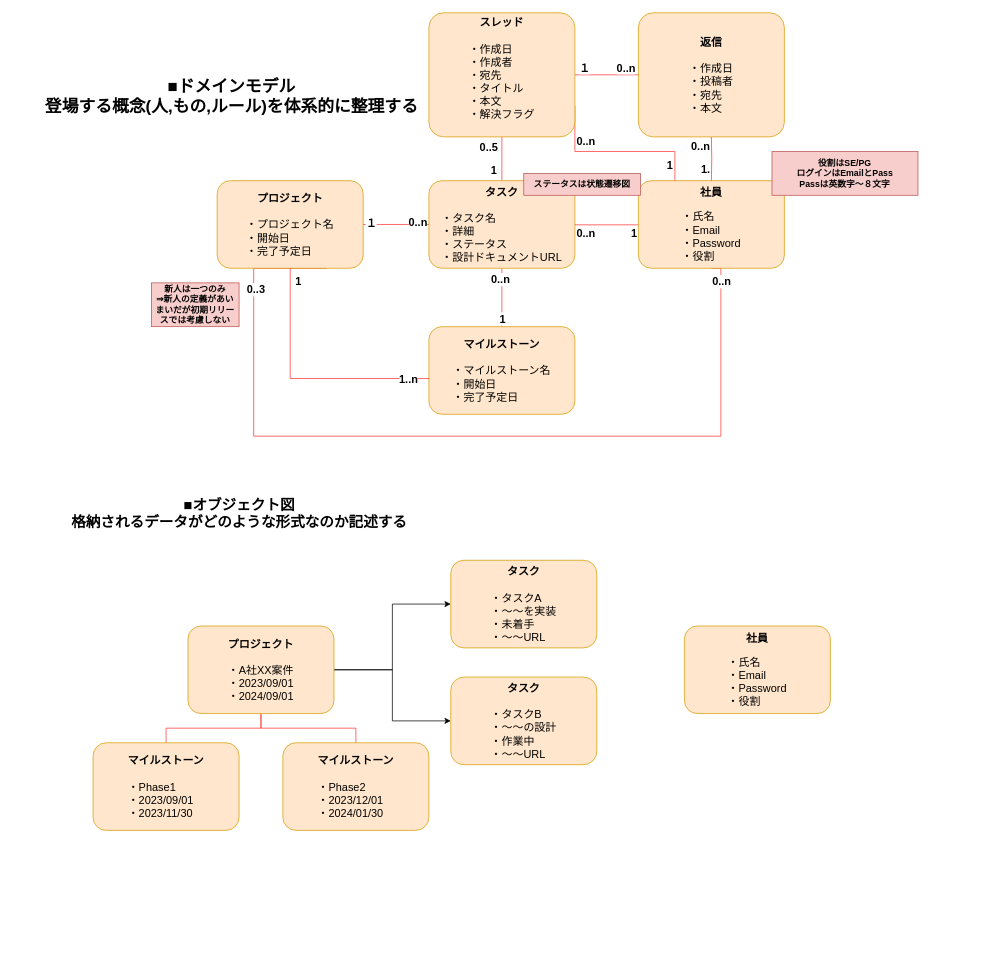
Before: page "ドメインモデル、オブジェクト図" (5 of 5) of 名称未設定ファイル.drawio in dqi4/git_practice, a draw.io diagram. Source tidied: cells renumbered, new cells numbered last; positions are measured from the earlier drawing's top-left corner, leaving out a move shared by most shapes. Both pictures are drawn from the tidied source at 73%, with x=0, y=0 at pixel (42, 12).
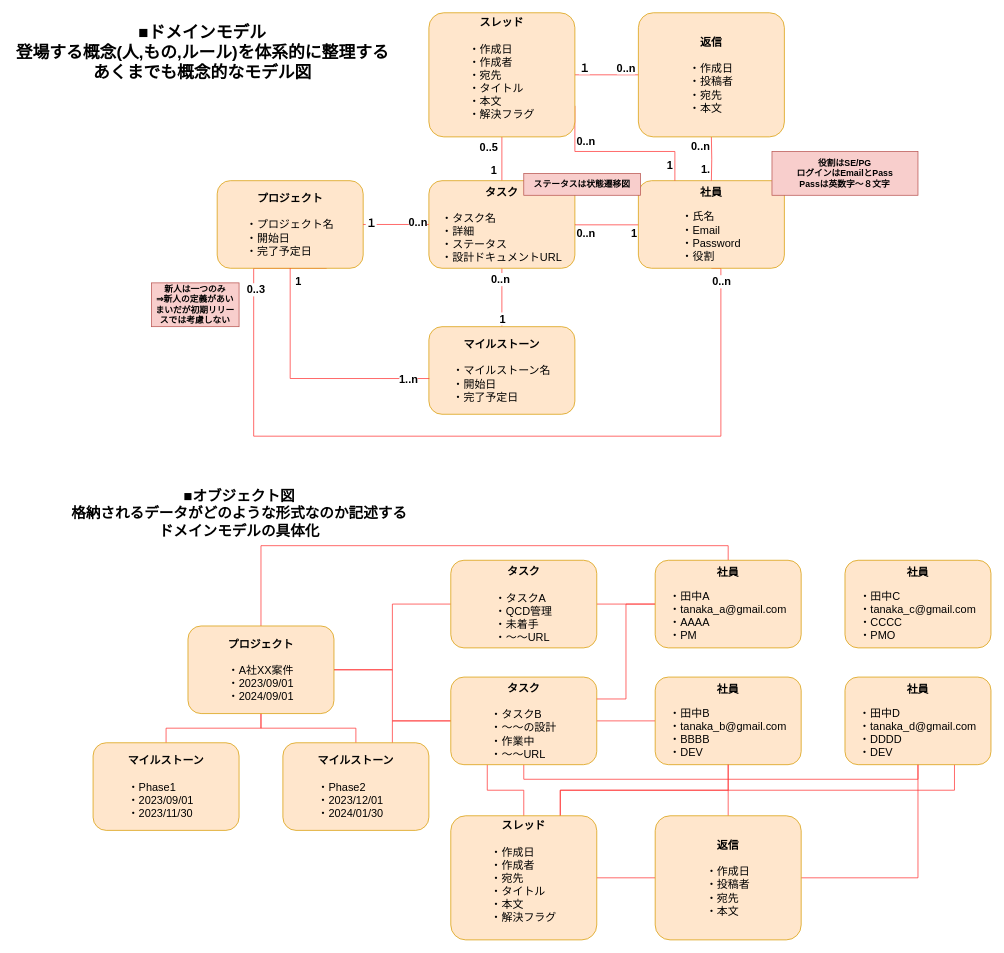
Above is the later version.

Commit message:
ビジネスモデルの更新

The change refers to these unchanged cells:
```xml
<mxCell id="44" value="&lt;font style=&quot;font-size: 15px;&quot;&gt;&lt;b&gt;プロジェクト&lt;br&gt;&lt;/b&gt;&lt;br&gt;&lt;div style=&quot;text-align: left;&quot;&gt;&lt;span style=&quot;background-color: initial;&quot;&gt;・A社XX案件&lt;/span&gt;&lt;/div&gt;&lt;div style=&quot;text-align: left;&quot;&gt;&lt;span style=&quot;background-color: initial;&quot;&gt;・2023/09/01&lt;/span&gt;&lt;/div&gt;&lt;div style=&quot;text-align: left;&quot;&gt;&lt;span style=&quot;background-color: initial;&quot;&gt;・2024/09/01&lt;/span&gt;&lt;/div&gt;&lt;/font&gt;" style="rounded=1;whiteSpace=wrap;html=1;fillColor=#ffe6cc;strokeColor=#d79b00;" parent="1" vertex="1">
  <mxGeometry x="200" y="840" width="200" height="120" as="geometry" />
</mxCell>
<mxCell id="46" value="&lt;font style=&quot;font-size: 15px;&quot;&gt;&lt;b&gt;マイルストーン&lt;br&gt;&lt;/b&gt;&lt;br&gt;&lt;div style=&quot;text-align: left;&quot;&gt;&lt;span style=&quot;background-color: initial;&quot;&gt;・Phase2&lt;/span&gt;&lt;/div&gt;&lt;div style=&quot;text-align: left;&quot;&gt;・2023/12/01&lt;/div&gt;&lt;div style=&quot;text-align: left;&quot;&gt;・2024/01/30&lt;/div&gt;&lt;/font&gt;" style="rounded=1;whiteSpace=wrap;html=1;fillColor=#ffe6cc;strokeColor=#d79b00;" parent="1" vertex="1">
  <mxGeometry x="330" y="1000" width="200" height="120" as="geometry" />
</mxCell>
<mxCell id="49" value="&lt;font style=&quot;font-size: 15px;&quot;&gt;&lt;b&gt;タスク&lt;br&gt;&lt;/b&gt;&lt;br&gt;&lt;div style=&quot;text-align: left;&quot;&gt;&lt;span style=&quot;background-color: initial;&quot;&gt;・タスクB&lt;/span&gt;&lt;/div&gt;&lt;div style=&quot;text-align: left;&quot;&gt;&lt;span style=&quot;background-color: initial;&quot;&gt;・～～の設計&lt;/span&gt;&lt;/div&gt;&lt;div style=&quot;text-align: left;&quot;&gt;&lt;span style=&quot;background-color: initial;&quot;&gt;・作業中&lt;/span&gt;&lt;/div&gt;&lt;div style=&quot;text-align: left;&quot;&gt;&lt;span style=&quot;background-color: initial;&quot;&gt;・～～URL&lt;/span&gt;&lt;/div&gt;&lt;/font&gt;" style="rounded=1;whiteSpace=wrap;html=1;fillColor=#ffe6cc;strokeColor=#d79b00;" parent="1" vertex="1">
  <mxGeometry x="560" y="910" width="200" height="120" as="geometry" />
</mxCell>
```

Change to the diagram source:
```diff
@@
-    <mxCell id="2" value="■ドメインモデル&lt;br&gt;登場する概念(人,もの,ルール)を体系的に整理する" style="text;html=1;strokeColor=none;fillColor=none;align=center;verticalAlign=middle;whiteSpace=wrap;rounded=0;fontStyle=1;fontSize=23;" parent="1" vertex="1">
-      <mxGeometry y="80" width="520" height="70" as="geometry" />
+    <mxCell id="2" value="■ドメインモデル&lt;br&gt;登場する概念(人,もの,ルール)を体系的に整理する&lt;br&gt;あくまでも概念的なモデル図" style="text;html=1;strokeColor=none;fillColor=none;align=center;verticalAlign=middle;whiteSpace=wrap;rounded=0;fontStyle=1;fontSize=23;" parent="1" vertex="1">
+      <mxGeometry x="-40" y="20" width="520" height="70" as="geometry" />
     </mxCell>
-    <mxCell id="3" value="■オブジェクト図&lt;br&gt;格納されるデータがどのような形式なのか記述する" style="text;html=1;strokeColor=none;fillColor=none;align=center;verticalAlign=middle;whiteSpace=wrap;rounded=0;fontStyle=1;fontSize=20;" parent="1" vertex="1">
+    <mxCell id="3" value="■オブジェクト図&lt;br&gt;格納されるデータがどのような形式なのか記述する&lt;br&gt;ドメインモデルの具体化" style="text;html=1;strokeColor=none;fillColor=none;align=center;verticalAlign=middle;whiteSpace=wrap;rounded=0;fontStyle=1;fontSize=20;" parent="1" vertex="1">
       <mxGeometry x="21" y="650" width="499" height="70" as="geometry" />
     </mxCell>
@@
-    <mxCell id="42" style="edgeStyle=orthogonalEdgeStyle;rounded=0;jettySize=auto;html=1;exitX=1;exitY=0.5;exitDx=0;exitDy=0;entryX=0;entryY=0.5;entryDx=0;entryDy=0;" parent="1" edge="1" source="44" target="47">
+    <mxCell id="42" style="edgeStyle=orthogonalEdgeStyle;rounded=0;jettySize=auto;html=1;exitX=1;exitY=0.5;exitDx=0;exitDy=0;entryX=0;entryY=0.5;entryDx=0;entryDy=0;strokeColor=#FF3333;endArrow=none;endFill=0;" parent="1" edge="1" source="44" target="47">
       <mxGeometry relative="1" as="geometry" />
     </mxCell>
-    <mxCell id="43" style="edgeStyle=orthogonalEdgeStyle;rounded=0;jettySize=auto;html=1;exitX=1;exitY=0.5;exitDx=0;exitDy=0;entryX=0;entryY=0.5;entryDx=0;entryDy=0;" parent="1" edge="1" source="44" target="49">
+    <mxCell id="43" style="edgeStyle=orthogonalEdgeStyle;rounded=0;jettySize=auto;html=1;exitX=1;exitY=0.5;exitDx=0;exitDy=0;entryX=0;entryY=0.5;entryDx=0;entryDy=0;strokeColor=#FF3333;endArrow=none;endFill=0;" parent="1" edge="1" source="44" target="49">
       <mxGeometry relative="1" as="geometry" />
     </mxCell>
+    <mxCell id="50" style="edgeStyle=orthogonalEdgeStyle;rounded=0;jettySize=auto;html=1;exitX=0.5;exitY=0;exitDx=0;exitDy=0;entryX=0.5;entryY=0;entryDx=0;entryDy=0;endArrow=none;endFill=0;strokeColor=#FF3333;" parent="1" edge="1" source="44" target="57">
+      <mxGeometry relative="1" as="geometry" />
+    </mxCell>
@@
+    <mxCell id="51" style="edgeStyle=orthogonalEdgeStyle;rounded=0;jettySize=auto;html=1;exitX=0.75;exitY=0;exitDx=0;exitDy=0;entryX=0;entryY=0.5;entryDx=0;entryDy=0;strokeColor=#FF3333;endArrow=none;endFill=0;" parent="1" edge="1" source="46" target="49">
+      <mxGeometry relative="1" as="geometry" />
+    </mxCell>
@@
+    <mxCell id="52" style="edgeStyle=orthogonalEdgeStyle;rounded=0;jettySize=auto;html=1;exitX=1;exitY=0.5;exitDx=0;exitDy=0;entryX=0;entryY=0.5;entryDx=0;entryDy=0;strokeColor=#FF3333;endArrow=none;endFill=0;" parent="1" edge="1" source="47" target="57">
+      <mxGeometry relative="1" as="geometry" />
+    </mxCell>
-    <mxCell id="47" value="&lt;font style=&quot;font-size: 15px;&quot;&gt;&lt;b&gt;タスク&lt;br&gt;&lt;/b&gt;&lt;br&gt;&lt;div style=&quot;text-align: left;&quot;&gt;&lt;span style=&quot;background-color: initial;&quot;&gt;・タスクA&lt;/span&gt;&lt;/div&gt;&lt;div style=&quot;text-align: left;&quot;&gt;&lt;span style=&quot;background-color: initial;&quot;&gt;・～～を実装&lt;/span&gt;&lt;/div&gt;&lt;div style=&quot;text-align: left;&quot;&gt;&lt;span style=&quot;background-color: initial;&quot;&gt;・未着手&lt;/span&gt;&lt;/div&gt;&lt;div style=&quot;text-align: left;&quot;&gt;&lt;span style=&quot;background-color: initial;&quot;&gt;・～～URL&lt;/span&gt;&lt;/div&gt;&lt;/font&gt;" style="rounded=1;whiteSpace=wrap;html=1;fillColor=#ffe6cc;strokeColor=#d79b00;" parent="1" vertex="1">
+    <mxCell id="47" value="&lt;font style=&quot;font-size: 15px;&quot;&gt;&lt;b&gt;タスク&lt;br&gt;&lt;/b&gt;&lt;br&gt;&lt;div style=&quot;text-align: left;&quot;&gt;&lt;span style=&quot;background-color: initial;&quot;&gt;・タスクA&lt;/span&gt;&lt;/div&gt;&lt;div style=&quot;text-align: left;&quot;&gt;&lt;span style=&quot;background-color: initial;&quot;&gt;・QCD管理&lt;/span&gt;&lt;/div&gt;&lt;div style=&quot;text-align: left;&quot;&gt;&lt;span style=&quot;background-color: initial;&quot;&gt;・未着手&lt;/span&gt;&lt;/div&gt;&lt;div style=&quot;text-align: left;&quot;&gt;&lt;span style=&quot;background-color: initial;&quot;&gt;・～～URL&lt;/span&gt;&lt;/div&gt;&lt;/font&gt;" style="rounded=1;whiteSpace=wrap;html=1;fillColor=#ffe6cc;strokeColor=#d79b00;" parent="1" vertex="1">
       <mxGeometry x="560" y="750" width="200" height="120" as="geometry" />
     </mxCell>
-    <mxCell id="48" value="&lt;b style=&quot;font-size: 15px;&quot;&gt;社員&lt;/b&gt;&lt;br&gt;&lt;br&gt;&lt;div style=&quot;text-align: left;&quot;&gt;&lt;span style=&quot;font-size: 15px;&quot;&gt;・氏名&lt;/span&gt;&lt;/div&gt;&lt;div style=&quot;text-align: left;&quot;&gt;&lt;span style=&quot;font-size: 15px;&quot;&gt;・Email&lt;/span&gt;&lt;/div&gt;&lt;div style=&quot;text-align: left;&quot;&gt;&lt;span style=&quot;font-size: 15px;&quot;&gt;・Password&lt;/span&gt;&lt;/div&gt;&lt;div style=&quot;text-align: left;&quot;&gt;&lt;span style=&quot;font-size: 15px;&quot;&gt;・役割&lt;/span&gt;&lt;/div&gt;" style="rounded=1;whiteSpace=wrap;html=1;fillColor=#ffe6cc;strokeColor=#d79b00;" parent="1" vertex="1">
-      <mxGeometry x="880" y="840" width="200" height="120" as="geometry" />
-    </mxCell>
+    <mxCell id="53" style="edgeStyle=orthogonalEdgeStyle;rounded=0;jettySize=auto;html=1;exitX=1;exitY=0.5;exitDx=0;exitDy=0;entryX=0;entryY=0.5;entryDx=0;entryDy=0;strokeColor=#FF3333;endArrow=none;endFill=0;" parent="1" edge="1" source="49">
+      <mxGeometry relative="1" as="geometry">
+        <mxPoint x="840" y="970" as="targetPoint" />
+      </mxGeometry>
+    </mxCell>
+    <mxCell id="54" style="edgeStyle=orthogonalEdgeStyle;rounded=0;jettySize=auto;html=1;exitX=0.5;exitY=1;exitDx=0;exitDy=0;entryX=0.5;entryY=1;entryDx=0;entryDy=0;strokeColor=#FF3333;endArrow=none;endFill=0;" parent="1" edge="1" source="49" target="60">
+      <mxGeometry relative="1" as="geometry" />
+    </mxCell>
+    <mxCell id="55" style="edgeStyle=orthogonalEdgeStyle;rounded=0;jettySize=auto;html=1;exitX=0.25;exitY=1;exitDx=0;exitDy=0;entryX=0.5;entryY=0;entryDx=0;entryDy=0;strokeColor=#FF3333;endArrow=none;endFill=0;" parent="1" edge="1" source="49" target="64">
+      <mxGeometry relative="1" as="geometry" />
+    </mxCell>
@@
+    <mxCell id="56" style="edgeStyle=orthogonalEdgeStyle;rounded=0;jettySize=auto;html=1;exitX=0;exitY=0.5;exitDx=0;exitDy=0;entryX=1;entryY=0.25;entryDx=0;entryDy=0;strokeColor=#FF3333;endArrow=none;endFill=0;" parent="1" edge="1" source="57" target="49">
+      <mxGeometry relative="1" as="geometry" />
+    </mxCell>
+    <mxCell id="57" value="&lt;b style=&quot;font-size: 15px;&quot;&gt;社員&lt;/b&gt;&lt;br&gt;&lt;br&gt;&lt;div style=&quot;text-align: left;&quot;&gt;&lt;span style=&quot;font-size: 15px;&quot;&gt;・田中A&lt;/span&gt;&lt;/div&gt;&lt;div style=&quot;text-align: left;&quot;&gt;&lt;span style=&quot;font-size: 15px;&quot;&gt;・tanaka_a@gmail.com&lt;/span&gt;&lt;/div&gt;&lt;div style=&quot;text-align: left;&quot;&gt;&lt;span style=&quot;font-size: 15px;&quot;&gt;・AAAA&lt;/span&gt;&lt;/div&gt;&lt;div style=&quot;text-align: left;&quot;&gt;&lt;span style=&quot;font-size: 15px;&quot;&gt;・PM&lt;/span&gt;&lt;/div&gt;" style="rounded=1;whiteSpace=wrap;html=1;fillColor=#ffe6cc;strokeColor=#d79b00;" parent="1" vertex="1">
+      <mxGeometry x="840" y="750" width="200" height="120" as="geometry" />
+    </mxCell>
+    <mxCell id="58" value="&lt;b style=&quot;font-size: 15px;&quot;&gt;社員&lt;/b&gt;&lt;br&gt;&lt;br&gt;&lt;div style=&quot;text-align: left;&quot;&gt;&lt;span style=&quot;font-size: 15px;&quot;&gt;・田中B&lt;/span&gt;&lt;/div&gt;&lt;div style=&quot;text-align: left;&quot;&gt;&lt;span style=&quot;font-size: 15px;&quot;&gt;・tanaka_b@gmail.com&lt;/span&gt;&lt;/div&gt;&lt;div style=&quot;text-align: left;&quot;&gt;&lt;span style=&quot;font-size: 15px;&quot;&gt;・BBBB&lt;/span&gt;&lt;/div&gt;&lt;div style=&quot;text-align: left;&quot;&gt;&lt;span style=&quot;font-size: 15px;&quot;&gt;・DEV&lt;/span&gt;&lt;/div&gt;" style="rounded=1;whiteSpace=wrap;html=1;fillColor=#ffe6cc;strokeColor=#d79b00;" parent="1" vertex="1">
+      <mxGeometry x="840" y="910" width="200" height="120" as="geometry" />
+    </mxCell>
+    <mxCell id="59" style="edgeStyle=orthogonalEdgeStyle;rounded=0;jettySize=auto;html=1;exitX=0.75;exitY=1;exitDx=0;exitDy=0;entryX=0.75;entryY=0;entryDx=0;entryDy=0;strokeColor=#FF3333;endArrow=none;endFill=0;" parent="1" edge="1" source="60" target="64">
+      <mxGeometry relative="1" as="geometry" />
+    </mxCell>
+    <mxCell id="60" value="&lt;b style=&quot;font-size: 15px;&quot;&gt;社員&lt;/b&gt;&lt;br&gt;&lt;br&gt;&lt;div style=&quot;text-align: left;&quot;&gt;&lt;span style=&quot;font-size: 15px;&quot;&gt;・田中D&lt;/span&gt;&lt;/div&gt;&lt;div style=&quot;text-align: left;&quot;&gt;&lt;span style=&quot;font-size: 15px;&quot;&gt;・tanaka_d@gmail.com&lt;/span&gt;&lt;/div&gt;&lt;div style=&quot;text-align: left;&quot;&gt;&lt;span style=&quot;font-size: 15px;&quot;&gt;・DDDD&lt;/span&gt;&lt;/div&gt;&lt;div style=&quot;text-align: left;&quot;&gt;&lt;span style=&quot;font-size: 15px;&quot;&gt;・DEV&lt;/span&gt;&lt;/div&gt;" style="rounded=1;whiteSpace=wrap;html=1;fillColor=#ffe6cc;strokeColor=#d79b00;" parent="1" vertex="1">
+      <mxGeometry x="1100" y="910" width="200" height="120" as="geometry" />
+    </mxCell>
+    <mxCell id="61" value="&lt;b style=&quot;font-size: 15px;&quot;&gt;社員&lt;/b&gt;&lt;br&gt;&lt;br&gt;&lt;div style=&quot;text-align: left;&quot;&gt;&lt;span style=&quot;font-size: 15px;&quot;&gt;・田中C&lt;/span&gt;&lt;/div&gt;&lt;div style=&quot;text-align: left;&quot;&gt;&lt;span style=&quot;font-size: 15px;&quot;&gt;・tanaka_c@gmail.com&lt;/span&gt;&lt;/div&gt;&lt;div style=&quot;text-align: left;&quot;&gt;&lt;span style=&quot;font-size: 15px;&quot;&gt;・CCCC&lt;/span&gt;&lt;/div&gt;&lt;div style=&quot;text-align: left;&quot;&gt;&lt;span style=&quot;font-size: 15px;&quot;&gt;・PMO&lt;/span&gt;&lt;/div&gt;" style="rounded=1;whiteSpace=wrap;html=1;fillColor=#ffe6cc;strokeColor=#d79b00;" parent="1" vertex="1">
+      <mxGeometry x="1100" y="750" width="200" height="120" as="geometry" />
+    </mxCell>
+    <mxCell id="62" style="edgeStyle=orthogonalEdgeStyle;rounded=0;jettySize=auto;html=1;exitX=1;exitY=0.5;exitDx=0;exitDy=0;strokeColor=#FF3333;endArrow=none;endFill=0;" parent="1" edge="1" source="64" target="67">
+      <mxGeometry relative="1" as="geometry" />
+    </mxCell>
+    <mxCell id="63" style="edgeStyle=orthogonalEdgeStyle;rounded=0;jettySize=auto;html=1;exitX=0.75;exitY=0;exitDx=0;exitDy=0;entryX=0.5;entryY=1;entryDx=0;entryDy=0;strokeColor=#FF3333;endArrow=none;endFill=0;" parent="1" edge="1" source="64" target="58">
+      <mxGeometry relative="1" as="geometry" />
+    </mxCell>
+    <mxCell id="64" value="&lt;font style=&quot;font-size: 15px;&quot;&gt;&lt;b&gt;スレッド&lt;br&gt;&lt;/b&gt;&lt;br&gt;&lt;div style=&quot;text-align: left;&quot;&gt;&lt;span style=&quot;background-color: initial;&quot;&gt;・作成日&lt;/span&gt;&lt;/div&gt;&lt;div style=&quot;text-align: left;&quot;&gt;&lt;span style=&quot;background-color: initial;&quot;&gt;・作成者&lt;/span&gt;&lt;/div&gt;&lt;div style=&quot;text-align: left;&quot;&gt;&lt;span style=&quot;background-color: initial;&quot;&gt;・宛先&lt;/span&gt;&lt;/div&gt;&lt;div style=&quot;text-align: left;&quot;&gt;&lt;span style=&quot;background-color: initial;&quot;&gt;・タイトル&lt;/span&gt;&lt;/div&gt;&lt;div style=&quot;text-align: left;&quot;&gt;&lt;span style=&quot;background-color: initial;&quot;&gt;・本文&lt;/span&gt;&lt;/div&gt;&lt;div style=&quot;text-align: left;&quot;&gt;&lt;span style=&quot;background-color: initial;&quot;&gt;・解決フラグ&lt;/span&gt;&lt;/div&gt;&lt;div style=&quot;text-align: left;&quot;&gt;&lt;span style=&quot;background-color: initial;&quot;&gt;&lt;br&gt;&lt;/span&gt;&lt;/div&gt;&lt;/font&gt;" style="rounded=1;whiteSpace=wrap;html=1;fillColor=#ffe6cc;strokeColor=#d79b00;arcSize=12;" parent="1" vertex="1">
+      <mxGeometry x="560" y="1100" width="200" height="170" as="geometry" />
+    </mxCell>
+    <mxCell id="65" style="edgeStyle=orthogonalEdgeStyle;rounded=0;jettySize=auto;html=1;exitX=1;exitY=0.5;exitDx=0;exitDy=0;entryX=0.5;entryY=1;entryDx=0;entryDy=0;strokeColor=#FF3333;endArrow=none;endFill=0;" parent="1" edge="1" source="67" target="60">
+      <mxGeometry relative="1" as="geometry" />
+    </mxCell>
+    <mxCell id="66" style="edgeStyle=orthogonalEdgeStyle;rounded=0;jettySize=auto;html=1;exitX=0.5;exitY=0;exitDx=0;exitDy=0;entryX=0.5;entryY=1;entryDx=0;entryDy=0;strokeColor=#FF3333;endArrow=none;endFill=0;" parent="1" edge="1" source="67" target="58">
+      <mxGeometry relative="1" as="geometry" />
+    </mxCell>
+    <mxCell id="67" value="&lt;div style=&quot;&quot;&gt;&lt;b style=&quot;font-size: 15px; background-color: initial;&quot;&gt;返信&lt;/b&gt;&lt;/div&gt;&lt;font style=&quot;&quot;&gt;&lt;div style=&quot;&quot;&gt;&lt;span style=&quot;font-size: 15px;&quot;&gt;&lt;br&gt;&lt;/span&gt;&lt;/div&gt;&lt;div style=&quot;text-align: left; font-size: 15px;&quot;&gt;&lt;span style=&quot;background-color: initial;&quot;&gt;・作成日&lt;/span&gt;&lt;/div&gt;&lt;div style=&quot;text-align: left; font-size: 15px;&quot;&gt;&lt;span style=&quot;background-color: initial;&quot;&gt;・投稿者&lt;/span&gt;&lt;/div&gt;&lt;div style=&quot;text-align: left; font-size: 15px;&quot;&gt;&lt;span style=&quot;background-color: initial;&quot;&gt;・宛先&lt;/span&gt;&lt;/div&gt;&lt;div style=&quot;text-align: left; font-size: 15px;&quot;&gt;&lt;span style=&quot;background-color: initial;&quot;&gt;・本文&lt;/span&gt;&lt;/div&gt;&lt;/font&gt;" style="rounded=1;whiteSpace=wrap;html=1;fillColor=#ffe6cc;strokeColor=#d79b00;arcSize=12;align=center;" parent="1" vertex="1">
+      <mxGeometry x="840" y="1100" width="200" height="170" as="geometry" />
+    </mxCell>
```
